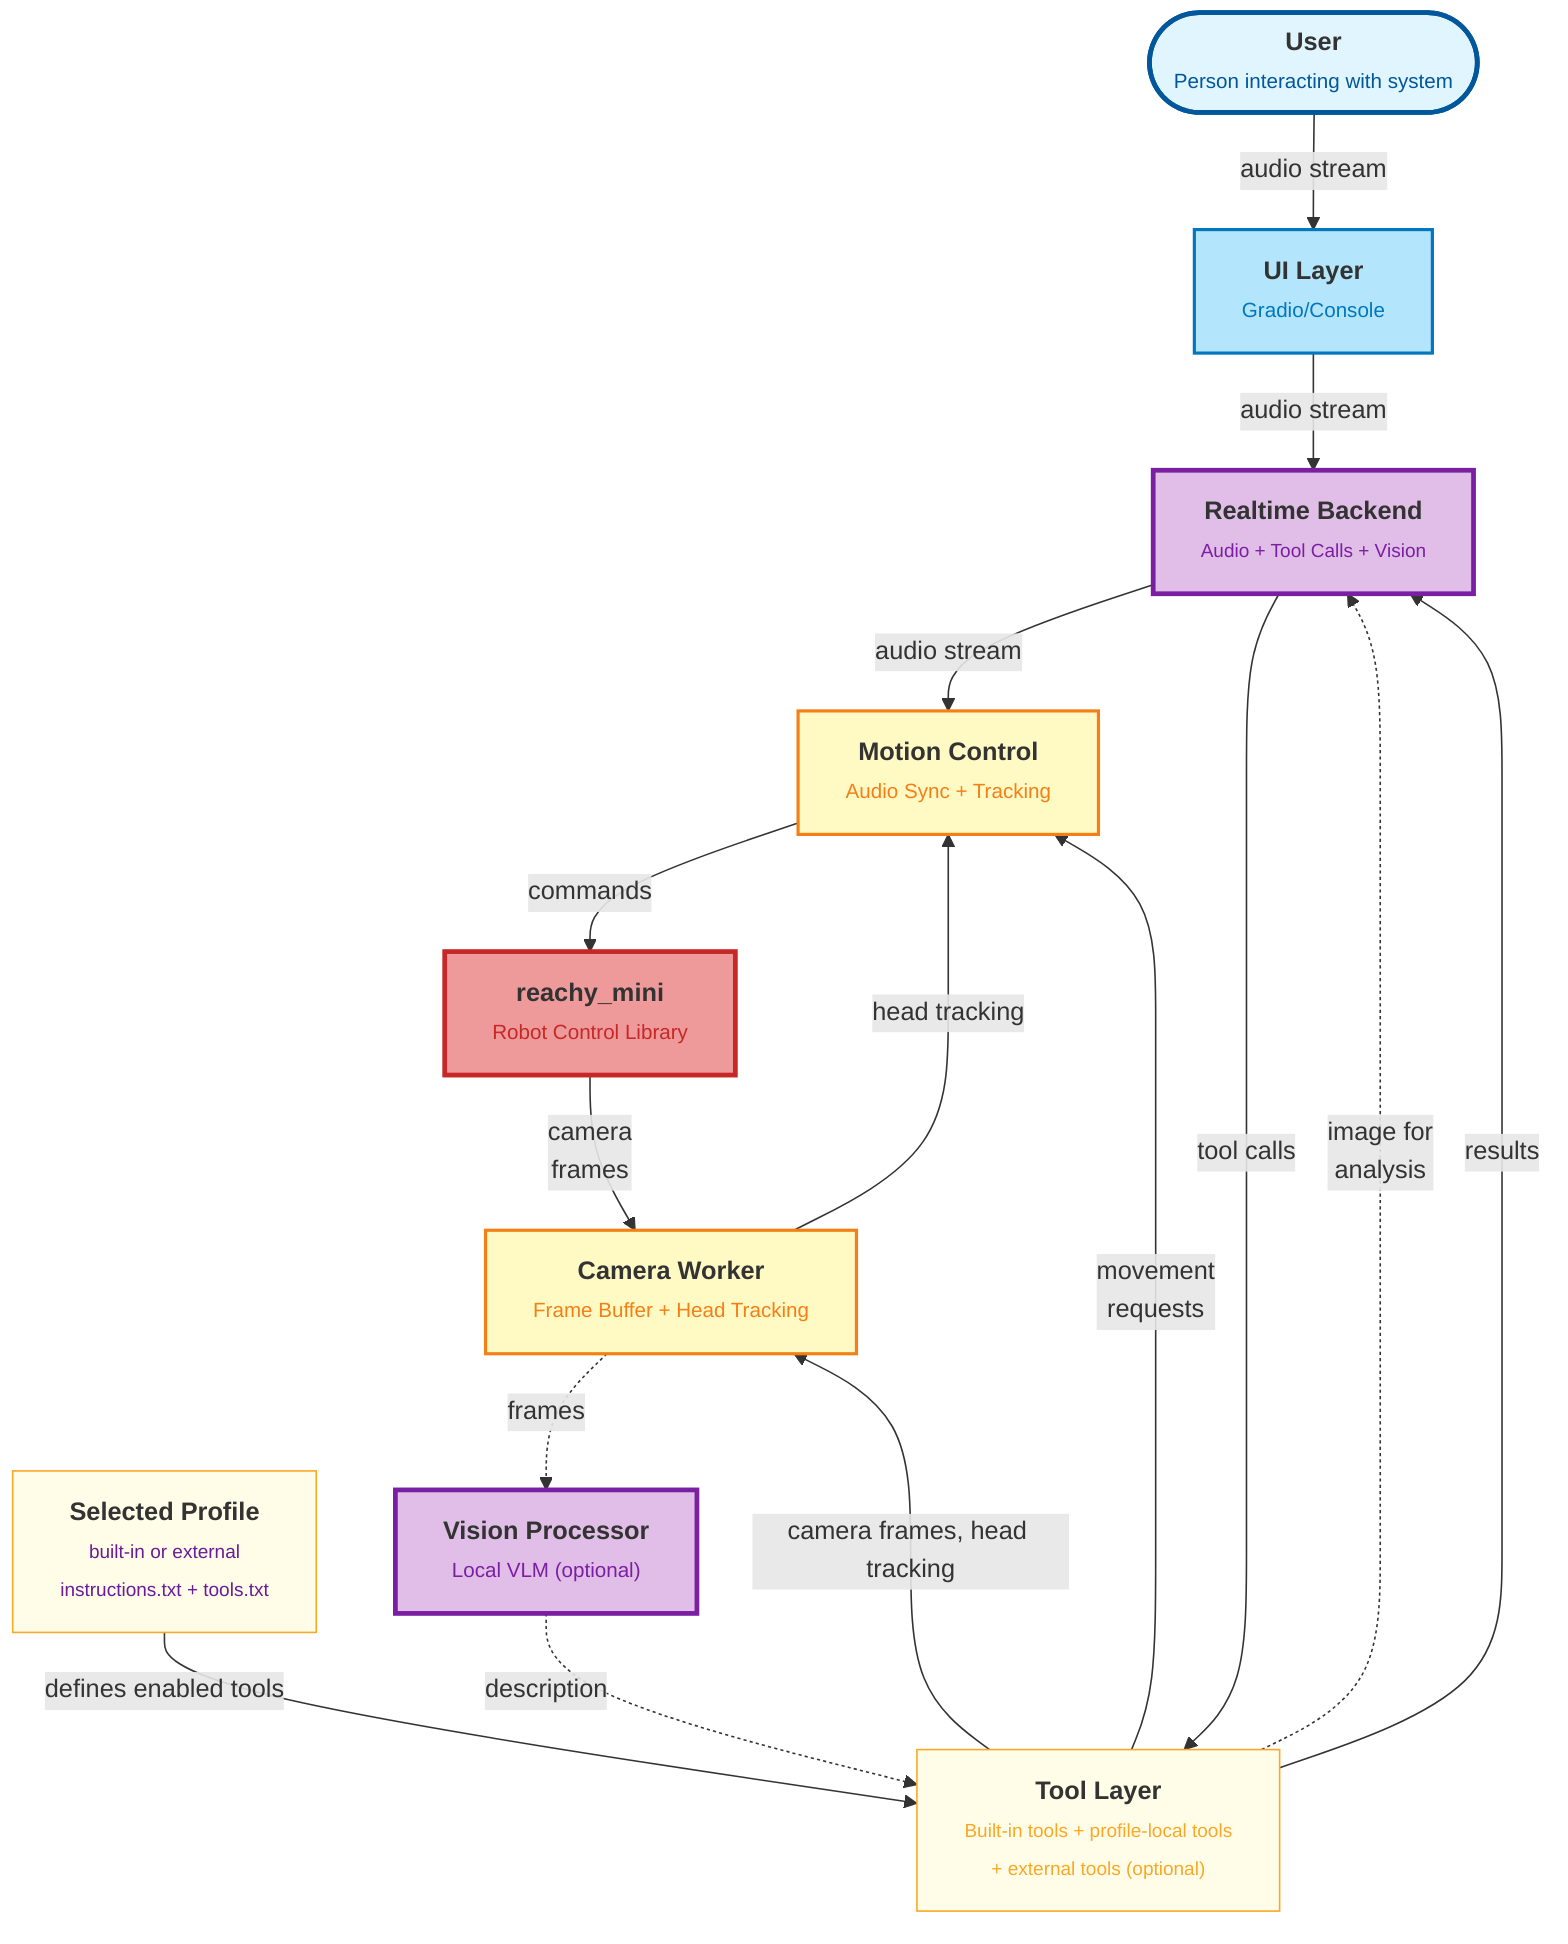
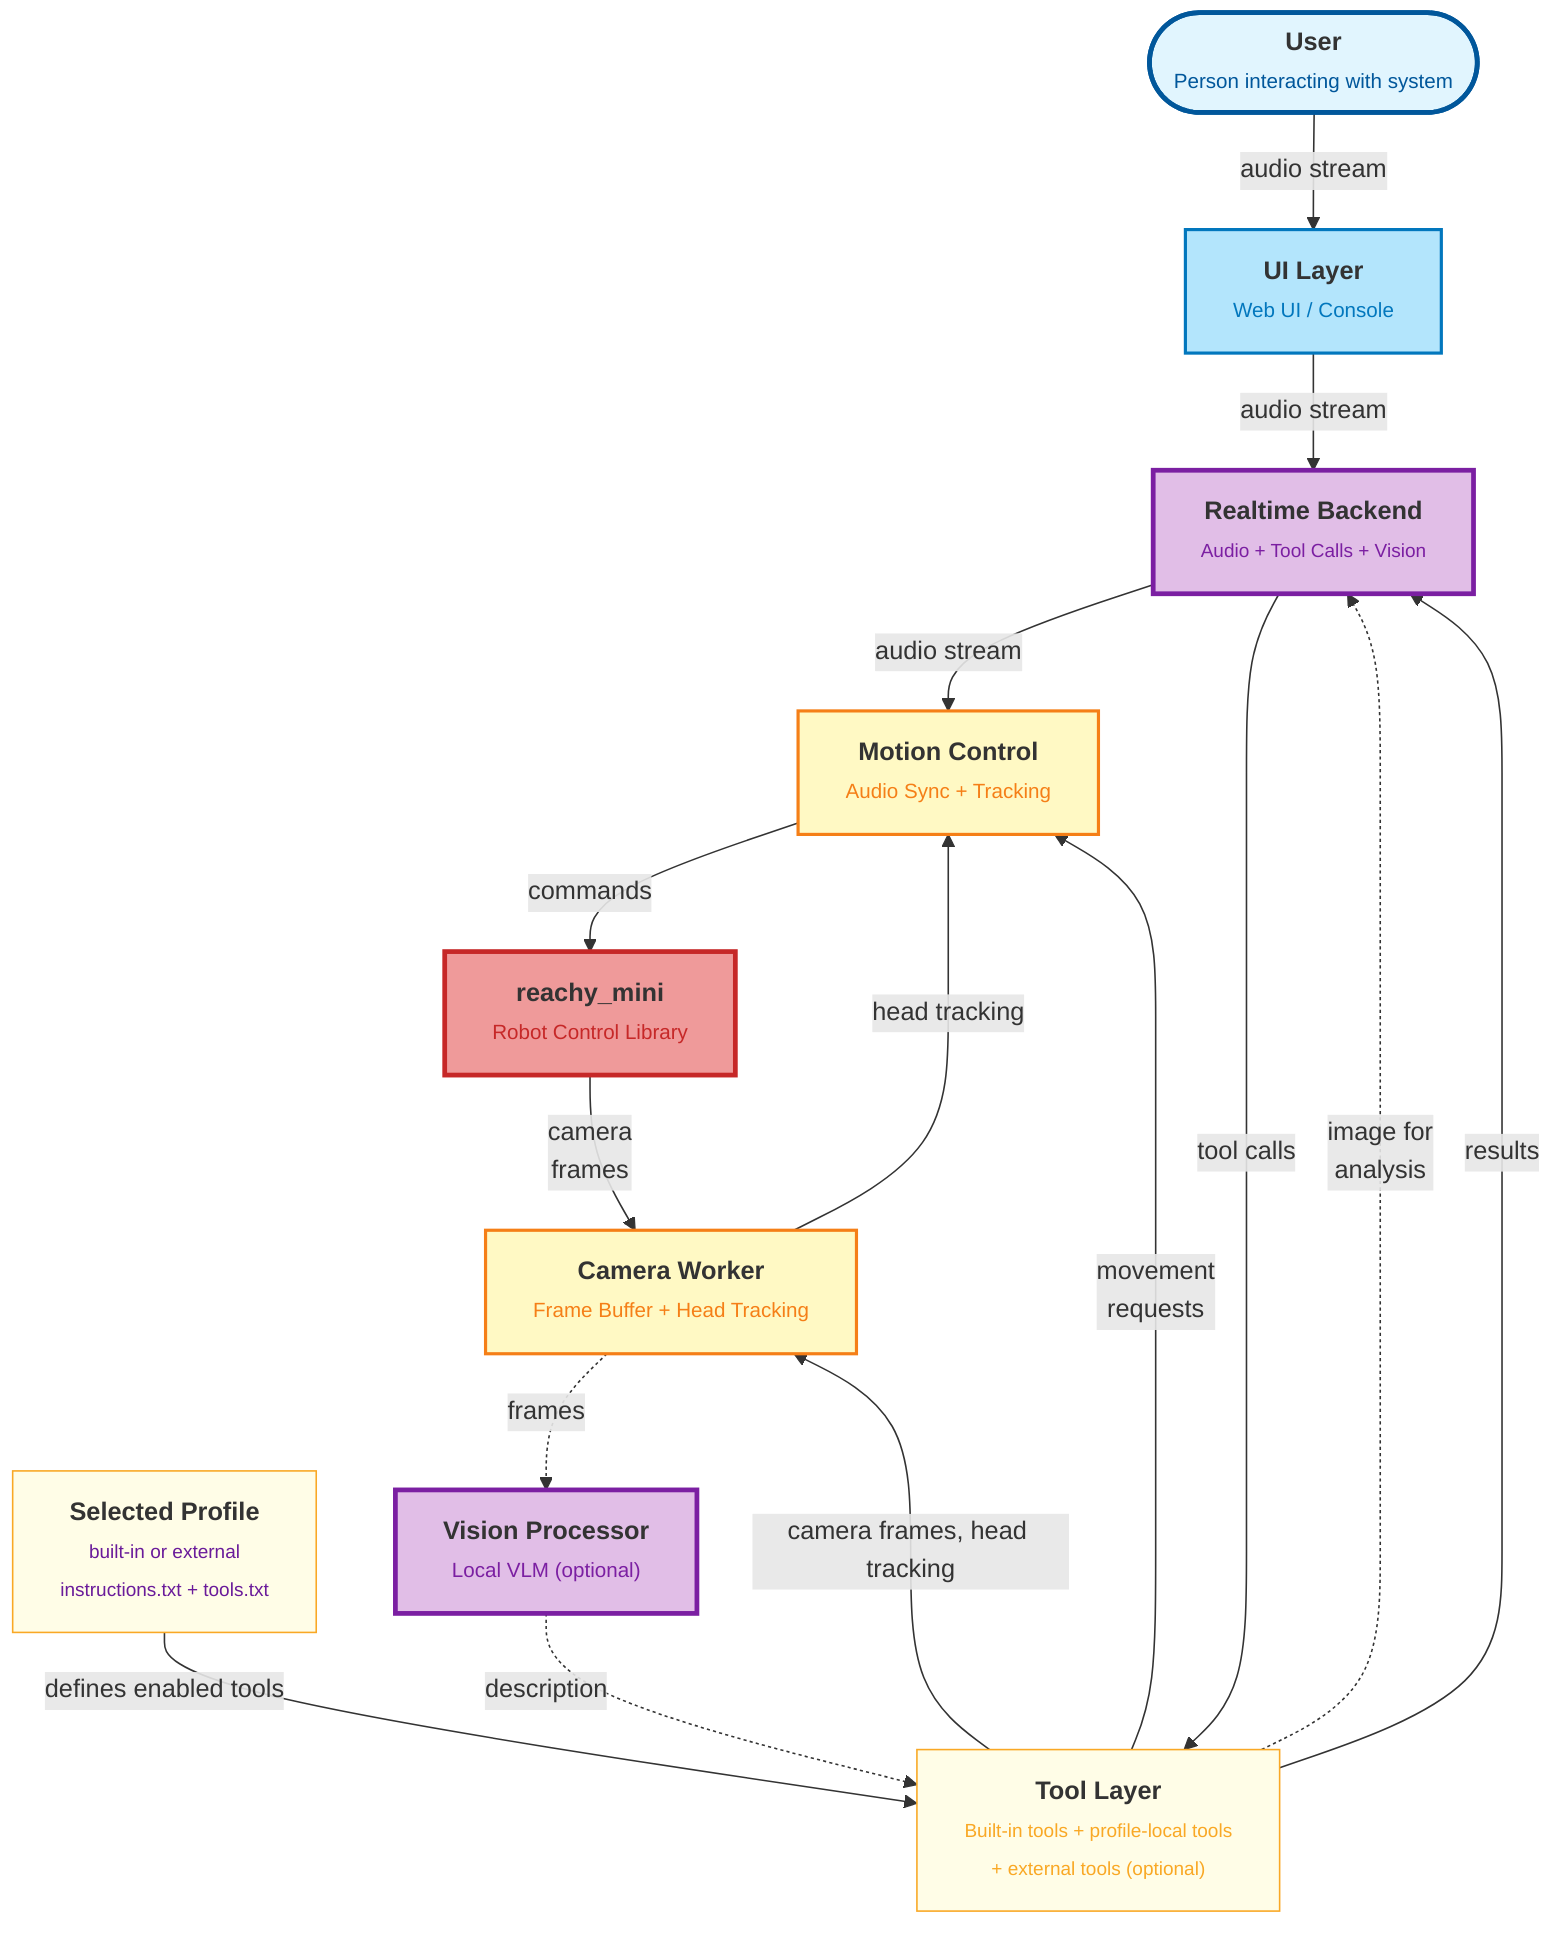
---
config:
  layout: dagre
  flowchart:
    htmlLabels: true
---
flowchart TB
    User(["<span style='font-size:16px;font-weight:bold;'>User</span><br><span style='font-size:13px;color:#01579b;'>Person interacting with system</span>"])
      -- audio stream -->
-     UI@{ label: "<span style='font-size:16px;font-weight:bold;'>UI Layer</span><br><span style='font-size:13px;color:#0277bd;'>Gradio/Console</span>" }
+     UI@{ label: "<span style='font-size:16px;font-weight:bold;'>UI Layer</span><br><span style='font-size:13px;color:#0277bd;'>Web UI / Console</span>" }

    UI -- audio stream -->
    Backend@{ label: "<span style='font-size:16px;font-weight:bold;'>Realtime Backend</span><br><span style='font-size:12px; color:#7b1fa2;'>Audio + Tool Calls + Vision</span>" }

    Backend -- audio stream -->
    Motion@{ label: "<span style='font-size:16px;font-weight:bold;'>Motion Control</span><br><span style='font-size:13px;color:#f57f17;'>Audio Sync + Tracking</span>" }

    Backend -- tool calls -->
    Handlers@{ label: "<span style='font-size:16px;font-weight:bold;'>Tool Layer</span><br><span style='font-size:12px;color:#f9a825;'>Built-in tools + profile-local tools<br/>+ external tools (optional)</span>" }

    Profiles@{ label: "<span style='font-size:16px;font-weight:bold;'>Selected Profile</span><br><span style='font-size:12px;color:#6a1b9a;'>built-in or external<br/>instructions.txt + tools.txt</span>" }

    Profiles -- defines enabled tools --> Handlers

    Handlers -- movement
    requests --> Motion

    Handlers -- camera frames, head tracking -->
    Camera@{ label: "<span style='font-size:16px;font-weight:bold;'>Camera Worker</span><br><span style='font-size:13px;color:#f57f17;'>Frame Buffer + Head Tracking</span>" }

    Handlers -. image for
    analysis .-> Backend

    Camera -- head tracking --> Motion

    Camera -. frames .->
    Vision@{ label: "<span style='font-size:16px;font-weight:bold;'>Vision Processor</span><br><span style='font-size:13px;color:#7b1fa2;'>Local VLM (optional)</span>" }

    Vision -. description .-> Handlers

    Robot@{ label: "<span style='font-size:16px;font-weight:bold;'>reachy_mini</span><br><span style='font-size:13px;color:#c62828;'>Robot Control Library</span>" }
    -- camera
    frames --> Camera

    Motion -- commands --> Robot

    Handlers -- results --> Backend

     User:::userStyle
     UI:::uiStyle
     Backend:::aiStyle
     Motion:::coreStyle
     Profiles:::toolStyle
     Handlers:::toolStyle
     Camera:::coreStyle
     Vision:::aiStyle
     Robot:::hardwareStyle
    classDef userStyle fill:#e1f5fe,stroke:#01579b,stroke-width:3px
    classDef uiStyle fill:#b3e5fc,stroke:#0277bd,stroke-width:2px
    classDef aiStyle fill:#e1bee7,stroke:#7b1fa2,stroke-width:3px
    classDef coreStyle fill:#fff9c4,stroke:#f57f17,stroke-width:2px
    classDef hardwareStyle fill:#ef9a9a,stroke:#c62828,stroke-width:3px
    classDef toolStyle fill:#fffde7,stroke:#f9a825,stroke-width:1px
